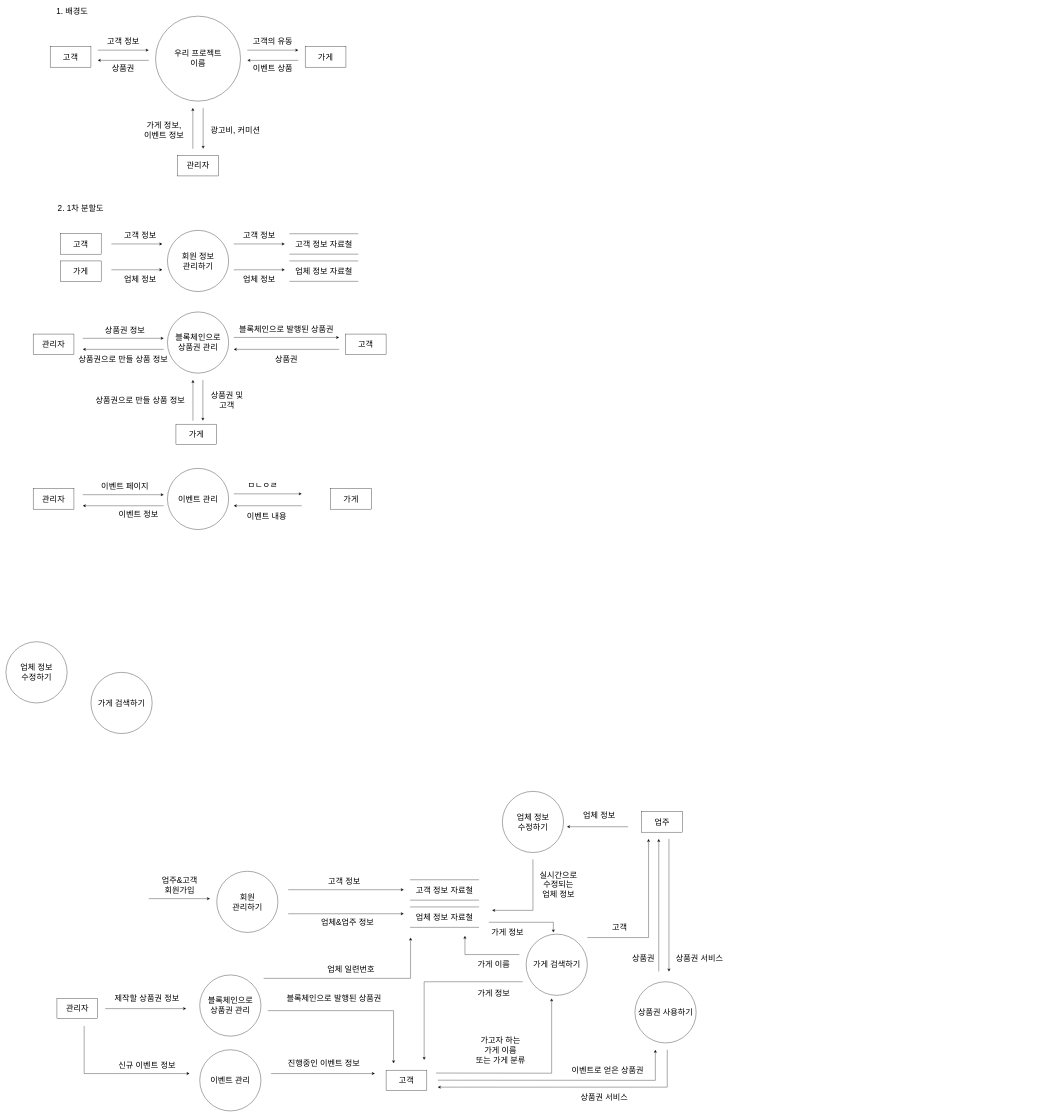
Above: page "페이지-1" (1 of 2) of DFD_capstone.drawio in jgy2808/TERM_Project (draw.io), before the change. Source tidied: cells renumbered, new cells numbered last; positions are measured from the earlier drawing's top-left corner, leaving out a move shared by most shapes. Both pictures are drawn from the tidied source at 34%, with x=0, y=0 at pixel (6, 6).
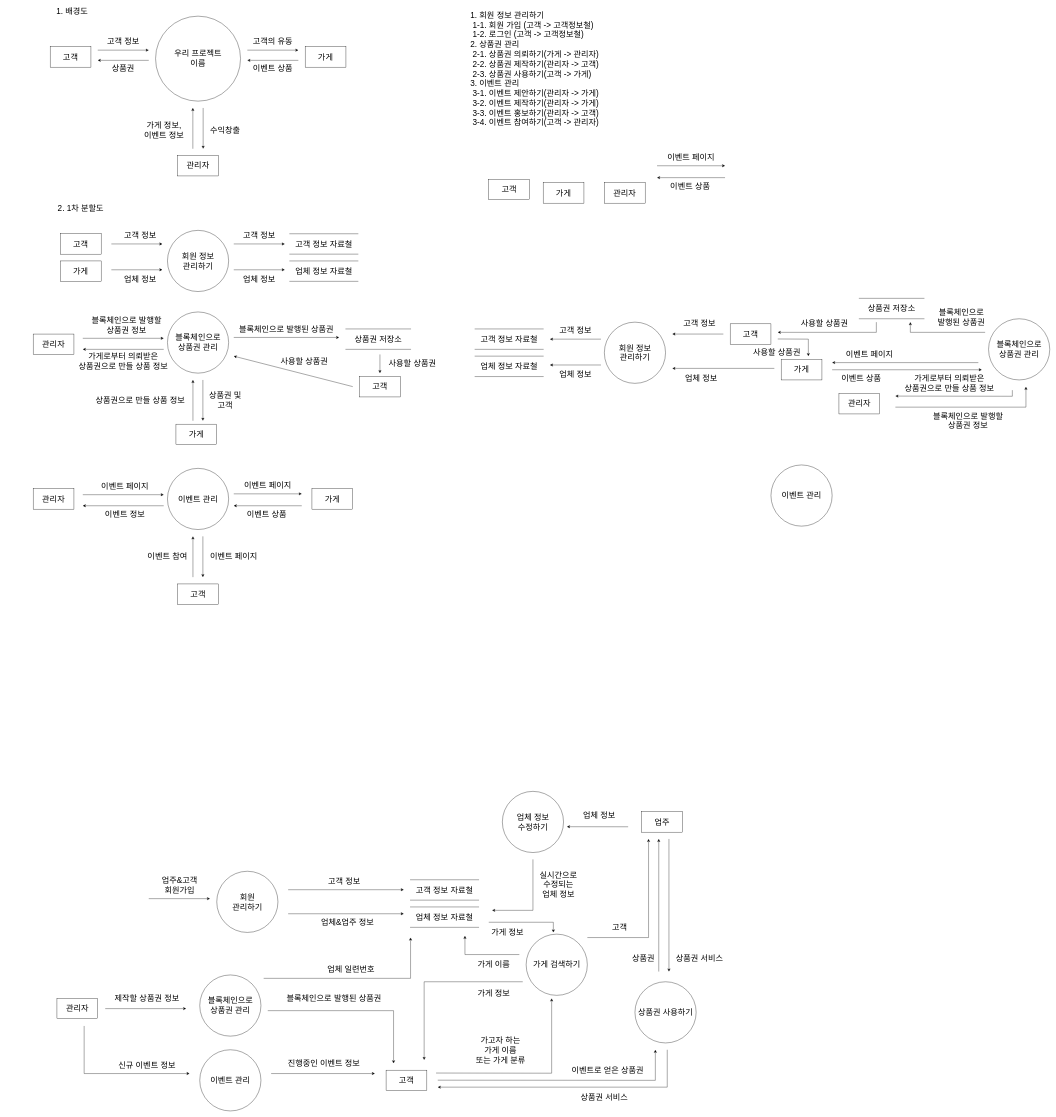
The same page after the edit.

What changed in the source:
```diff
@@
-    <mxCell id="67" value="광고비, 커미션" style="text;html=1;strokeColor=none;fillColor=none;align=center;verticalAlign=middle;whiteSpace=wrap;rounded=0;fontSize=24;" parent="1" vertex="1">
-      <mxGeometry x="590" y="350" width="170" height="30" as="geometry" />
+    <mxCell id="67" value="수익창출" style="text;html=1;strokeColor=none;fillColor=none;align=center;verticalAlign=middle;whiteSpace=wrap;rounded=0;fontSize=24;" parent="1" vertex="1">
+      <mxGeometry x="590" y="350" width="110" height="30" as="geometry" />
     </mxCell>
@@
-    <mxCell id="73" value="가게 검색하기" style="ellipse;whiteSpace=wrap;html=1;fontSize=24;" parent="1" vertex="1">
-      <mxGeometry x="250" y="1960" width="180" height="180" as="geometry" />
-    </mxCell>
-    <mxCell id="74" value="업체 정보&lt;br&gt;수정하기" style="ellipse;whiteSpace=wrap;html=1;fontSize=24;" parent="1" vertex="1">
-      <mxGeometry y="1870" width="180" height="180" as="geometry" />
-    </mxCell>
@@
-    <mxCell id="89" value="상품권 정보" style="text;html=1;strokeColor=none;fillColor=none;align=center;verticalAlign=middle;whiteSpace=wrap;rounded=0;fontSize=24;" parent="1" vertex="1">
-      <mxGeometry x="280" y="935" width="140" height="40" as="geometry" />
+    <mxCell id="89" value="블록체인으로 발행할&lt;br&gt;상품권 정보" style="text;html=1;strokeColor=none;fillColor=none;align=center;verticalAlign=middle;whiteSpace=wrap;rounded=0;fontSize=24;" parent="1" vertex="1">
+      <mxGeometry x="235" y="910" width="240" height="55" as="geometry" />
     </mxCell>
@@
-    <mxCell id="92" value="고객" style="rounded=0;whiteSpace=wrap;html=1;fontSize=24;" parent="1" vertex="1">
-      <mxGeometry x="998" y="965" width="120" height="60" as="geometry" />
+    <mxCell id="92" value="고객" style="rounded=0;whiteSpace=wrap;html=1;fontSize=24;direction=west;" parent="1" vertex="1">
+      <mxGeometry x="1040" y="1090" width="120" height="60" as="geometry" />
     </mxCell>
@@
-    <mxCell id="97" value="상품권으로 만들 상품 정보" style="text;html=1;strokeColor=none;fillColor=none;align=center;verticalAlign=middle;whiteSpace=wrap;rounded=0;fontSize=24;" parent="1" vertex="1">
-      <mxGeometry x="190" y="1020" width="310" height="40" as="geometry" />
+    <mxCell id="97" value="가게로부터 의뢰받은 &lt;br&gt;상품권으로 만들 상품 정보" style="text;html=1;strokeColor=none;fillColor=none;align=center;verticalAlign=middle;whiteSpace=wrap;rounded=0;fontSize=24;" parent="1" vertex="1">
+      <mxGeometry x="190" y="1025" width="310" height="40" as="geometry" />
     </mxCell>
     <mxCell id="98" style="endArrow=classic;html=1;rounded=0;fontSize=24;" parent="1" edge="1">
       <mxGeometry relative="1" as="geometry">
-        <mxPoint x="980" y="1010" as="sourcePoint" />
-        <mxPoint x="670" y="1010" as="targetPoint" />
+        <mxPoint x="1020" y="1119.6" as="sourcePoint" />
+        <mxPoint x="670" y="1030" as="targetPoint" />
       </mxGeometry>
     </mxCell>
     <mxCell id="99" value="상품권 및 고객" style="text;html=1;strokeColor=none;fillColor=none;align=center;verticalAlign=middle;whiteSpace=wrap;rounded=0;fontSize=24;" parent="1" vertex="1">
-      <mxGeometry x="590" y="1127.5" width="120" height="65" as="geometry" />
+      <mxGeometry x="585" y="1127.5" width="120" height="65" as="geometry" />
     </mxCell>
@@
-    <mxCell id="101" value="상품권" style="text;html=1;strokeColor=none;fillColor=none;align=center;verticalAlign=middle;whiteSpace=wrap;rounded=0;fontSize=24;" parent="1" vertex="1">
-      <mxGeometry x="765" y="1020" width="120" height="40" as="geometry" />
+    <mxCell id="101" value="사용할 상품권" style="text;html=1;strokeColor=none;fillColor=none;align=center;verticalAlign=middle;whiteSpace=wrap;rounded=0;fontSize=24;" parent="1" vertex="1">
+      <mxGeometry x="1118" y="1030" width="155" height="40" as="geometry" />
     </mxCell>
     <mxCell id="102" value="가게" style="rounded=0;whiteSpace=wrap;html=1;fontSize=24;" parent="1" vertex="1">
-      <mxGeometry x="955" y="1420" width="120" height="60" as="geometry" />
+      <mxGeometry x="900" y="1420" width="120" height="60" as="geometry" />
     </mxCell>
@@
-    <mxCell id="107" value="ㅁㄴㅇㄹ" style="text;html=1;strokeColor=none;fillColor=none;align=center;verticalAlign=middle;whiteSpace=wrap;rounded=0;fontSize=24;" parent="1" vertex="1">
-      <mxGeometry x="670" y="1395" width="170" height="30" as="geometry" />
+    <mxCell id="107" value="이벤트 페이지" style="text;html=1;strokeColor=none;fillColor=none;align=center;verticalAlign=middle;whiteSpace=wrap;rounded=0;fontSize=24;" parent="1" vertex="1">
+      <mxGeometry x="670" y="1395" width="200" height="30" as="geometry" />
     </mxCell>
@@
     <mxCell id="109" value="이벤트 정보" style="text;html=1;strokeColor=none;fillColor=none;align=center;verticalAlign=middle;whiteSpace=wrap;rounded=0;fontSize=24;" parent="1" vertex="1">
-      <mxGeometry x="280" y="1480" width="220" height="30" as="geometry" />
+      <mxGeometry x="240" y="1480" width="220" height="30" as="geometry" />
     </mxCell>
@@
-    <mxCell id="111" value="이벤트 내용" style="text;html=1;strokeColor=none;fillColor=none;align=center;verticalAlign=middle;whiteSpace=wrap;rounded=0;fontSize=24;" parent="1" vertex="1">
-      <mxGeometry x="675" y="1480" width="185" height="40" as="geometry" />
+    <mxCell id="111" value="이벤트 상품" style="text;html=1;strokeColor=none;fillColor=none;align=center;verticalAlign=middle;whiteSpace=wrap;rounded=0;fontSize=24;" parent="1" vertex="1">
+      <mxGeometry x="675" y="1480" width="185" height="30" as="geometry" />
     </mxCell>
+    <mxCell id="112" value="고객" style="rounded=0;whiteSpace=wrap;html=1;fontSize=24;" parent="1" vertex="1">
+      <mxGeometry x="505" y="1700" width="120" height="60" as="geometry" />
+    </mxCell>
+    <mxCell id="113" style="endArrow=classic;html=1;rounded=0;fontSize=24;" parent="1" edge="1">
+      <mxGeometry relative="1" as="geometry">
+        <mxPoint x="550" y="1680" as="sourcePoint" />
+        <mxPoint x="550" y="1560" as="targetPoint" />
+      </mxGeometry>
+    </mxCell>
+    <mxCell id="114" value="이벤트 참여" style="text;html=1;strokeColor=none;fillColor=none;align=center;verticalAlign=middle;whiteSpace=wrap;rounded=0;fontSize=24;" parent="1" vertex="1">
+      <mxGeometry x="410" y="1600" width="130" height="40" as="geometry" />
+    </mxCell>
+    <mxCell id="115" value="이벤트 페이지" style="text;html=1;strokeColor=none;fillColor=none;align=center;verticalAlign=middle;whiteSpace=wrap;rounded=0;fontSize=24;" parent="1" vertex="1">
+      <mxGeometry x="590" y="1605" width="160" height="30" as="geometry" />
+    </mxCell>
+    <mxCell id="116" style="endArrow=classic;html=1;rounded=0;fontSize=24;" parent="1" edge="1">
+      <mxGeometry relative="1" as="geometry">
+        <mxPoint x="579.2" y="1560" as="sourcePoint" />
+        <mxPoint x="579.2" y="1680" as="targetPoint" />
+      </mxGeometry>
+    </mxCell>
+    <mxCell id="117" value="&lt;div style=&quot;text-align: left&quot;&gt;&lt;span&gt;1. 회원 정보 관리하기&lt;/span&gt;&lt;/div&gt;&lt;div style=&quot;text-align: left&quot;&gt;&lt;span&gt;&lt;span&gt; &lt;/span&gt;&lt;span style=&quot;white-space: pre&quot;&gt; &lt;/span&gt;1-1. 회원 가입 (고객 -&amp;gt; 고객정보철)&lt;br&gt;&lt;/span&gt;&lt;/div&gt;&lt;div style=&quot;text-align: left&quot;&gt;&lt;span&gt;&lt;span&gt; &lt;/span&gt;&lt;span style=&quot;white-space: pre&quot;&gt; &lt;/span&gt;1-2. 로그인 (고객 -&amp;gt; 고객정보철)&lt;/span&gt;&lt;/div&gt;&lt;div style=&quot;text-align: left&quot;&gt;2. 상품권 관리&lt;/div&gt;&lt;div style=&quot;text-align: left&quot;&gt;&lt;span&gt; &lt;/span&gt;&lt;span style=&quot;white-space: pre&quot;&gt; &lt;/span&gt;2-1. 상품권 의뢰하기(가게 -&amp;gt; 관리자)&lt;br&gt;&lt;/div&gt;&lt;div style=&quot;text-align: left&quot;&gt;&lt;span&gt; &lt;/span&gt;&lt;span style=&quot;white-space: pre&quot;&gt; &lt;/span&gt;2-2. 상품권 제작하기(관리자 -&amp;gt; 고객)&lt;br&gt;&lt;/div&gt;&lt;div style=&quot;text-align: left&quot;&gt;&lt;span&gt; &lt;/span&gt;&lt;span style=&quot;white-space: pre&quot;&gt; &lt;/span&gt;2-3. 상품권 사용하기(고객 -&amp;gt; 가게)&lt;br&gt;&lt;/div&gt;&lt;div style=&quot;text-align: left&quot;&gt;3. 이벤트 관리&lt;/div&gt;&lt;div style=&quot;text-align: left&quot;&gt;&lt;span&gt; &lt;/span&gt;&lt;span style=&quot;white-space: pre&quot;&gt; &lt;/span&gt;3-1. 이벤트 제안하기(관리자 -&amp;gt; 가게)&lt;br&gt;&lt;/div&gt;&lt;div style=&quot;text-align: left&quot;&gt;&lt;span&gt; &lt;/span&gt;&lt;span style=&quot;white-space: pre&quot;&gt; &lt;/span&gt;3-2. 이벤트 제작하기(관리자 -&amp;gt; 가게)&lt;br&gt;&lt;/div&gt;&lt;div style=&quot;text-align: left&quot;&gt;&lt;span&gt; &lt;/span&gt;&lt;span style=&quot;white-space: pre&quot;&gt; &lt;/span&gt;3-3. 이벤트 홍보하기(관리자 -&amp;gt; 고객)&lt;br&gt;&lt;/div&gt;&lt;div style=&quot;text-align: left&quot;&gt;&lt;span style=&quot;white-space: pre&quot;&gt; &lt;/span&gt;3-4. 이벤트 참여하기(고객 -&amp;gt; 관리자)&lt;br&gt;&lt;/div&gt;" style="text;html=1;strokeColor=none;fillColor=none;align=center;verticalAlign=middle;whiteSpace=wrap;rounded=0;fontSize=24;" parent="1" vertex="1">
+      <mxGeometry x="1320" width="470" height="370" as="geometry" />
+    </mxCell>
+    <mxCell id="118" value="상품권 저장소" style="shape=partialRectangle;whiteSpace=wrap;html=1;left=0;right=0;fillColor=none;fontSize=24;" parent="1" vertex="1">
+      <mxGeometry x="1000" y="950" width="190" height="60" as="geometry" />
+    </mxCell>
+    <mxCell id="119" style="endArrow=classic;html=1;rounded=0;fontSize=24;strokeColor=default;" parent="1" edge="1">
+      <mxGeometry relative="1" as="geometry">
+        <mxPoint x="1100" y="1025" as="sourcePoint" />
+        <mxPoint x="1100" y="1080" as="targetPoint" />
+      </mxGeometry>
+    </mxCell>
+    <mxCell id="120" value="사용할 상품권" style="text;html=1;strokeColor=none;fillColor=none;align=center;verticalAlign=middle;whiteSpace=wrap;rounded=0;fontSize=24;" parent="1" vertex="1">
+      <mxGeometry x="800" y="1025" width="155" height="40" as="geometry" />
+    </mxCell>
+    <mxCell id="121" value="고객" style="rounded=0;whiteSpace=wrap;html=1;fontSize=24;direction=west;" parent="1" vertex="1">
+      <mxGeometry x="1420" y="510" width="120" height="60" as="geometry" />
+    </mxCell>
+    <mxCell id="122" value="관리자" style="rounded=0;whiteSpace=wrap;html=1;fontSize=24;direction=west;" parent="1" vertex="1">
+      <mxGeometry x="1760" y="520" width="120" height="60" as="geometry" />
+    </mxCell>
+    <mxCell id="123" value="가게" style="rounded=0;whiteSpace=wrap;html=1;fontSize=24;direction=west;" parent="1" vertex="1">
+      <mxGeometry x="1580" y="520" width="120" height="60" as="geometry" />
+    </mxCell>
+    <mxCell id="124" value="회원 정보&lt;br&gt;관리하기" style="ellipse;whiteSpace=wrap;html=1;fontSize=24;" parent="1" vertex="1">
+      <mxGeometry x="1760" y="930" width="180" height="180" as="geometry" />
+    </mxCell>
+    <mxCell id="125" value="블록체인으로&lt;br&gt;상품권 관리" style="ellipse;whiteSpace=wrap;html=1;fontSize=24;" parent="1" vertex="1">
+      <mxGeometry x="2890" y="920" width="180" height="180" as="geometry" />
+    </mxCell>
+    <mxCell id="126" value="이벤트 관리" style="ellipse;whiteSpace=wrap;html=1;fontSize=24;" parent="1" vertex="1">
+      <mxGeometry x="2250" y="1350" width="180" height="180" as="geometry" />
+    </mxCell>
+    <mxCell id="127" value="고객" style="rounded=0;whiteSpace=wrap;html=1;fontSize=24;direction=west;" parent="1" vertex="1">
+      <mxGeometry x="2130" y="935" width="120" height="60" as="geometry" />
+    </mxCell>
+    <mxCell id="128" value="가게" style="rounded=0;whiteSpace=wrap;html=1;fontSize=24;direction=west;" parent="1" vertex="1">
+      <mxGeometry x="2280" y="1040" width="120" height="60" as="geometry" />
+    </mxCell>
+    <mxCell id="129" value="관리자" style="rounded=0;whiteSpace=wrap;html=1;fontSize=24;direction=west;" parent="1" vertex="1">
+      <mxGeometry x="2450" y="1140" width="120" height="60" as="geometry" />
+    </mxCell>
+    <mxCell id="130" style="endArrow=classic;html=1;rounded=0;fontSize=24;" parent="1" edge="1">
+      <mxGeometry relative="1" as="geometry">
+        <mxPoint x="2110" y="965" as="sourcePoint" />
+        <mxPoint x="1960" y="965" as="targetPoint" />
+      </mxGeometry>
+    </mxCell>
+    <mxCell id="131" style="endArrow=classic;html=1;rounded=0;fontSize=24;" parent="1" edge="1">
+      <mxGeometry relative="1" as="geometry">
+        <mxPoint x="2260" y="1066" as="sourcePoint" />
+        <mxPoint x="1960" y="1066" as="targetPoint" />
+      </mxGeometry>
+    </mxCell>
+    <mxCell id="132" value="고객 정보" style="text;html=1;strokeColor=none;fillColor=none;align=center;verticalAlign=middle;whiteSpace=wrap;rounded=0;fontSize=24;" parent="1" vertex="1">
+      <mxGeometry x="1965" y="920" width="150" height="30" as="geometry" />
+    </mxCell>
+    <mxCell id="133" value="업체 정보" style="text;html=1;strokeColor=none;fillColor=none;align=center;verticalAlign=middle;whiteSpace=wrap;rounded=0;fontSize=24;" parent="1" vertex="1">
+      <mxGeometry x="1970" y="1080" width="150" height="30" as="geometry" />
+    </mxCell>
+    <mxCell id="134" style="endArrow=classic;html=1;rounded=0;fontSize=24;" parent="1" edge="1">
+      <mxGeometry relative="1" as="geometry">
+        <mxPoint x="1915" y="470" as="sourcePoint" />
+        <mxPoint x="2115" y="470" as="targetPoint" />
+      </mxGeometry>
+    </mxCell>
+    <mxCell id="135" value="이벤트 페이지" style="text;html=1;strokeColor=none;fillColor=none;align=center;verticalAlign=middle;whiteSpace=wrap;rounded=0;fontSize=24;" parent="1" vertex="1">
+      <mxGeometry x="1915" y="430" width="200" height="30" as="geometry" />
+    </mxCell>
+    <mxCell id="136" style="endArrow=classic;html=1;rounded=0;fontSize=24;" parent="1" edge="1">
+      <mxGeometry relative="1" as="geometry">
+        <mxPoint x="2115" y="505" as="sourcePoint" />
+        <mxPoint x="1915" y="505" as="targetPoint" />
+      </mxGeometry>
+    </mxCell>
+    <mxCell id="137" value="이벤트 상품" style="text;html=1;strokeColor=none;fillColor=none;align=center;verticalAlign=middle;whiteSpace=wrap;rounded=0;fontSize=24;" parent="1" vertex="1">
+      <mxGeometry x="1920" y="515" width="185" height="30" as="geometry" />
+    </mxCell>
+    <mxCell id="138" value="업체 정보 자료철" style="shape=partialRectangle;whiteSpace=wrap;html=1;left=0;right=0;fillColor=none;fontSize=24;" parent="1" vertex="1">
+      <mxGeometry x="1380" y="1030" width="200" height="60" as="geometry" />
+    </mxCell>
+    <mxCell id="139" value="고객 정보 자료철" style="shape=partialRectangle;whiteSpace=wrap;html=1;left=0;right=0;fillColor=none;fontSize=24;" parent="1" vertex="1">
+      <mxGeometry x="1380" y="950" width="200" height="60" as="geometry" />
+    </mxCell>
+    <mxCell id="140" style="endArrow=classic;html=1;rounded=0;fontSize=24;" parent="1" edge="1">
+      <mxGeometry relative="1" as="geometry">
+        <mxPoint x="1750" y="980" as="sourcePoint" />
+        <mxPoint x="1600" y="980" as="targetPoint" />
+      </mxGeometry>
+    </mxCell>
+    <mxCell id="141" style="endArrow=classic;html=1;rounded=0;fontSize=24;" parent="1" edge="1">
+      <mxGeometry relative="1" as="geometry">
+        <mxPoint x="1750" y="1056" as="sourcePoint" />
+        <mxPoint x="1600" y="1056" as="targetPoint" />
+      </mxGeometry>
+    </mxCell>
+    <mxCell id="142" value="고객 정보" style="text;html=1;strokeColor=none;fillColor=none;align=center;verticalAlign=middle;whiteSpace=wrap;rounded=0;fontSize=24;" parent="1" vertex="1">
+      <mxGeometry x="1600" y="940" width="150" height="30" as="geometry" />
+    </mxCell>
+    <mxCell id="143" value="업체 정보" style="text;html=1;strokeColor=none;fillColor=none;align=center;verticalAlign=middle;whiteSpace=wrap;rounded=0;fontSize=24;" parent="1" vertex="1">
+      <mxGeometry x="1600" y="1070" width="150" height="30" as="geometry" />
+    </mxCell>
+    <mxCell id="144" style="endArrow=classic;html=1;rounded=0;fontSize=24;" parent="1" edge="1">
+      <mxGeometry relative="1" as="geometry">
+        <mxPoint x="2960" y="1130" as="sourcePoint" />
+        <mxPoint x="2616" y="1147.5" as="targetPoint" />
+        <Array as="points">
+          <mxPoint x="2960" y="1148" />
+        </Array>
+      </mxGeometry>
+    </mxCell>
+    <mxCell id="145" value="블록체인으로 발행할&lt;br&gt;상품권 정보" style="text;html=1;strokeColor=none;fillColor=none;align=center;verticalAlign=middle;whiteSpace=wrap;rounded=0;fontSize=24;" parent="1" vertex="1">
+      <mxGeometry x="2710" y="1192.5" width="240" height="55" as="geometry" />
+    </mxCell>
+    <mxCell id="146" style="endArrow=classic;html=1;rounded=0;fontSize=24;" parent="1" edge="1">
+      <mxGeometry relative="1" as="geometry">
+        <mxPoint x="2616" y="1180" as="sourcePoint" />
+        <mxPoint x="3000" y="1120" as="targetPoint" />
+        <Array as="points">
+          <mxPoint x="3000" y="1180" />
+        </Array>
+      </mxGeometry>
+    </mxCell>
+    <mxCell id="147" value="가게로부터 의뢰받은 &lt;br&gt;상품권으로 만들 상품 정보" style="text;html=1;strokeColor=none;fillColor=none;align=center;verticalAlign=middle;whiteSpace=wrap;rounded=0;fontSize=24;" parent="1" vertex="1">
+      <mxGeometry x="2620" y="1090" width="310" height="40" as="geometry" />
+    </mxCell>
+    <mxCell id="148" style="endArrow=classic;html=1;rounded=0;fontSize=24;" parent="1" edge="1">
+      <mxGeometry relative="1" as="geometry">
+        <mxPoint x="2860" y="1049" as="sourcePoint" />
+        <mxPoint x="2430" y="1049" as="targetPoint" />
+      </mxGeometry>
+    </mxCell>
+    <mxCell id="149" value="이벤트 페이지" style="text;html=1;strokeColor=none;fillColor=none;align=center;verticalAlign=middle;whiteSpace=wrap;rounded=0;fontSize=24;" parent="1" vertex="1">
+      <mxGeometry x="2440" y="1010" width="200" height="30" as="geometry" />
+    </mxCell>
+    <mxCell id="150" style="endArrow=classic;html=1;rounded=0;fontSize=24;" parent="1" edge="1">
+      <mxGeometry relative="1" as="geometry">
+        <mxPoint x="2430" y="1070" as="sourcePoint" />
+        <mxPoint x="2870" y="1070" as="targetPoint" />
+      </mxGeometry>
+    </mxCell>
+    <mxCell id="151" value="이벤트 상품" style="text;html=1;strokeColor=none;fillColor=none;align=center;verticalAlign=middle;whiteSpace=wrap;rounded=0;fontSize=24;" parent="1" vertex="1">
+      <mxGeometry x="2422.5" y="1080" width="185" height="30" as="geometry" />
+    </mxCell>
+    <mxCell id="152" style="endArrow=classic;html=1;rounded=0;fontSize=24;" parent="1" edge="1">
+      <mxGeometry relative="1" as="geometry">
+        <mxPoint x="2560" y="930" as="sourcePoint" />
+        <mxPoint x="2270" y="960" as="targetPoint" />
+        <Array as="points">
+          <mxPoint x="2560" y="960" />
+        </Array>
+      </mxGeometry>
+    </mxCell>
+    <mxCell id="153" value="사용할 상품권" style="text;html=1;strokeColor=none;fillColor=none;align=center;verticalAlign=middle;whiteSpace=wrap;rounded=0;fontSize=24;" parent="1" vertex="1">
+      <mxGeometry x="2330" y="915" width="155" height="40" as="geometry" />
+    </mxCell>
+    <mxCell id="154" value="상품권 저장소" style="shape=partialRectangle;whiteSpace=wrap;html=1;left=0;right=0;fillColor=none;fontSize=24;" parent="1" vertex="1">
+      <mxGeometry x="2510" y="860" width="190" height="60" as="geometry" />
+    </mxCell>
+    <mxCell id="155" value="사용할 상품권" style="text;html=1;strokeColor=none;fillColor=none;align=center;verticalAlign=middle;whiteSpace=wrap;rounded=0;fontSize=24;" parent="1" vertex="1">
+      <mxGeometry x="2190" y="1000" width="155" height="40" as="geometry" />
+    </mxCell>
+    <mxCell id="156" style="endArrow=classic;html=1;rounded=0;fontSize=24;strokeColor=default;" parent="1" edge="1">
+      <mxGeometry relative="1" as="geometry">
+        <mxPoint x="2880" y="960" as="sourcePoint" />
+        <mxPoint x="2660" y="930" as="targetPoint" />
+        <Array as="points">
+          <mxPoint x="2660" y="960" />
+        </Array>
+      </mxGeometry>
+    </mxCell>
+    <mxCell id="157" style="endArrow=classic;html=1;rounded=0;fontSize=24;" parent="1" edge="1">
+      <mxGeometry relative="1" as="geometry">
+        <mxPoint x="2270" y="979.5" as="sourcePoint" />
+        <mxPoint x="2360" y="1030" as="targetPoint" />
+        <Array as="points">
+          <mxPoint x="2360" y="980" />
+        </Array>
+      </mxGeometry>
+    </mxCell>
+    <mxCell id="158" value="블록체인으로 &lt;br&gt;발행된 상품권" style="text;html=1;strokeColor=none;fillColor=none;align=center;verticalAlign=middle;whiteSpace=wrap;rounded=0;fontSize=24;" parent="1" vertex="1">
+      <mxGeometry x="2730" y="880" width="160" height="70" as="geometry" />
+    </mxCell>
```
